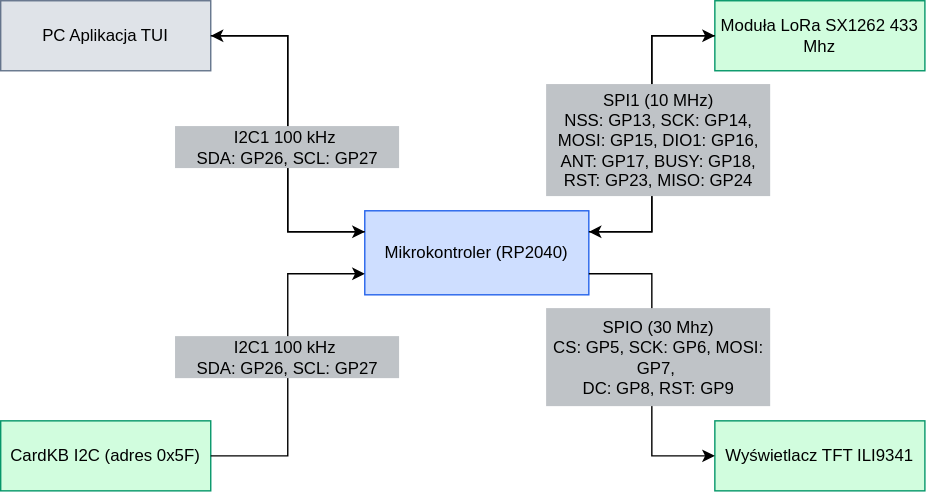
Nikutsuki/LoRa keeps this draw.io diagram as paper/images/diagram6.svg. Above is the earlier version. Source tidied: cells renumbered, new cells last; positions are measured from the earlier drawing's top-left corner, leaving out a move shared by most shapes. Source of this version:
```xml
<mxGraphModel>
  <root>
    <mxCell id="0" />
    <mxCell id="1" parent="0" />
    <mxCell id="2" value="PC Aplikacja TUI" style="rounded=0;whiteSpace=wrap;html=1;fillStyle=solid;fillColor=#DFE3E8;shadow=0;glass=0;multiple=0;strokeColor=#64748B;" parent="1" vertex="1">
      <mxGeometry width="150" height="50" as="geometry" />
    </mxCell>
    <mxCell id="3" value="CardKB I2C (adres 0x5F)" style="rounded=0;whiteSpace=wrap;html=1;fillColor=#D1FDDE;strokeColor=#059669;glass=0;shadow=0;" parent="1" vertex="1">
      <mxGeometry y="300" width="150" height="50" as="geometry" />
    </mxCell>
    <mxCell id="4" value="Mikrokontroler (RP2040)" style="rounded=0;whiteSpace=wrap;html=1;fillColor=#CEDEFF;strokeColor=#2563EB;" parent="1" vertex="1">
      <mxGeometry x="260" y="150" width="160" height="60" as="geometry" />
    </mxCell>
    <mxCell id="5" style="endArrow=classic;html=1;defaultLabelBackgroundColor=page;labelPadding=0 4;edgeStyle=orthogonalEdgeStyle;rounded=0;curved=0;exitX=1;exitY=0.5;exitDx=0;exitDy=0;entryX=0;entryY=0.25;entryDx=0;entryDy=0;" parent="1" edge="1" source="2" target="4">
      <mxGeometry x="0.8" relative="1" as="geometry" />
    </mxCell>
    <mxCell id="6" style="endArrow=classic;html=1;defaultLabelBackgroundColor=page;labelPadding=0 4;edgeStyle=orthogonalEdgeStyle;rounded=0;curved=0;exitX=1;exitY=0.5;exitDx=0;exitDy=0;entryX=0;entryY=0.75;entryDx=0;entryDy=0;" parent="1" edge="1" source="3" target="4">
      <mxGeometry x="0.95" relative="1" as="geometry" />
    </mxCell>
    <mxCell id="7" value="&lt;div&gt;I2C1 100 kHz&amp;nbsp;&lt;/div&gt;&lt;div&gt;SDA: GP26, SCL: GP27&lt;/div&gt;" style="text;html=1;whiteSpace=wrap;strokeColor=none;fillColor=#BFC3C7;align=center;verticalAlign=middle;rounded=0;" parent="1" vertex="1">
      <mxGeometry x="125" y="240" width="160" height="30" as="geometry" />
    </mxCell>
    <mxCell id="8" value="Wyświetlacz TFT ILI9341" style="rounded=0;whiteSpace=wrap;html=1;fillColor=#D1FDDE;strokeColor=#059669;glass=0;shadow=0;" parent="1" vertex="1">
      <mxGeometry x="510" y="300" width="150" height="50" as="geometry" />
    </mxCell>
    <mxCell id="9" value="Moduła LoRa SX1262 433 Mhz" style="rounded=0;whiteSpace=wrap;html=1;fillColor=#D1FDDE;strokeColor=#059669;glass=0;shadow=0;" parent="1" vertex="1">
      <mxGeometry x="510" width="150" height="50" as="geometry" />
    </mxCell>
    <mxCell id="10" style="endArrow=classic;html=1;defaultLabelBackgroundColor=page;labelPadding=0 4;edgeStyle=orthogonalEdgeStyle;rounded=0;curved=0;entryX=0;entryY=0.5;entryDx=0;entryDy=0;exitX=1;exitY=0.75;exitDx=0;exitDy=0;" parent="1" edge="1" source="4" target="8">
      <mxGeometry x="0.96" relative="1" as="geometry" />
    </mxCell>
    <mxCell id="11" style="endArrow=classic;html=1;defaultLabelBackgroundColor=page;labelPadding=0 4;edgeStyle=orthogonalEdgeStyle;rounded=0;curved=0;entryX=0;entryY=0.5;entryDx=0;entryDy=0;exitX=1;exitY=0.25;exitDx=0;exitDy=0;" parent="1" edge="1" source="4" target="9">
      <mxGeometry x="0.97" relative="1" as="geometry" />
    </mxCell>
    <mxCell id="12" style="endArrow=classic;html=1;defaultLabelBackgroundColor=page;labelPadding=0 4;edgeStyle=orthogonalEdgeStyle;rounded=0;curved=0;entryX=1;entryY=0.25;entryDx=0;entryDy=0;exitX=0;exitY=0.5;exitDx=0;exitDy=0;" parent="1" edge="1" source="9" target="4">
      <mxGeometry x="0.97" relative="1" as="geometry" />
    </mxCell>
    <mxCell id="13" style="endArrow=classic;html=1;defaultLabelBackgroundColor=page;labelPadding=0 4;edgeStyle=orthogonalEdgeStyle;rounded=0;curved=0;exitX=0;exitY=0.25;exitDx=0;exitDy=0;entryX=1;entryY=0.5;entryDx=0;entryDy=0;" parent="1" edge="1" source="4" target="2">
      <mxGeometry x="0.8" relative="1" as="geometry" />
    </mxCell>
    <mxCell id="14" value="&lt;div&gt;I2C1 100 kHz&amp;nbsp;&lt;/div&gt;&lt;div&gt;SDA: GP26, SCL: GP27&lt;/div&gt;" style="text;html=1;whiteSpace=wrap;strokeColor=none;fillColor=#BFC3C7;align=center;verticalAlign=middle;rounded=0;" parent="1" vertex="1">
      <mxGeometry x="125" y="90" width="160" height="30" as="geometry" />
    </mxCell>
    <mxCell id="15" value="&lt;div&gt;SPIO (30 Mhz)&lt;/div&gt;&lt;div&gt;CS: GP5, SCK: GP6, MOSI: GP7,&amp;nbsp;&lt;/div&gt;&lt;div&gt;DC: GP8, RST: GP9&lt;/div&gt;" style="text;html=1;whiteSpace=wrap;strokeColor=none;fillColor=#BFC3C7;align=center;verticalAlign=middle;rounded=0;" parent="1" vertex="1">
      <mxGeometry x="390" y="220" width="160" height="70" as="geometry" />
    </mxCell>
    <mxCell id="16" value="&lt;div&gt;SPI1 (10 MHz)&lt;/div&gt;&lt;div&gt;NSS: GP13, SCK: GP14, MOSI: GP15, DIO1: GP16, ANT: GP17, BUSY: GP18, RST: GP23, MISO: GP24&lt;/div&gt;" style="text;html=1;whiteSpace=wrap;strokeColor=none;fillColor=#BFC3C7;align=center;verticalAlign=middle;rounded=0;" parent="1" vertex="1">
      <mxGeometry x="390" y="60" width="160" height="80" as="geometry" />
    </mxCell>
  </root>
</mxGraphModel>
```
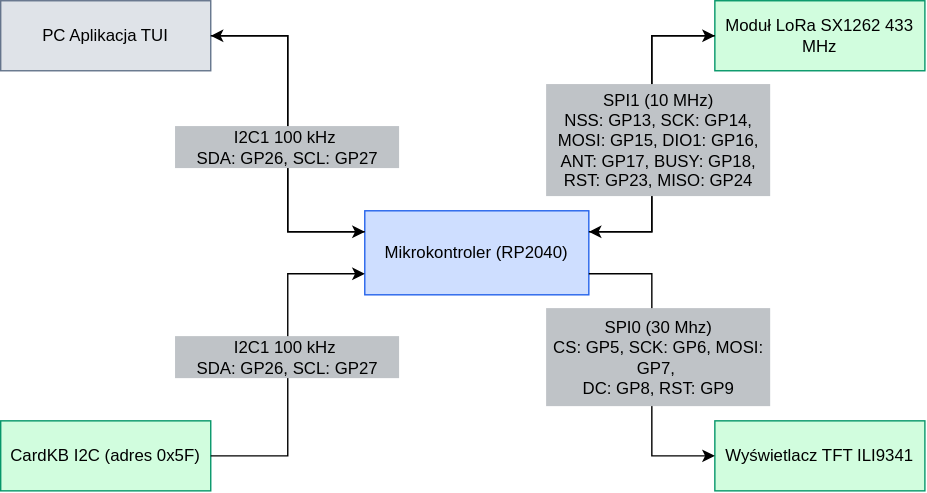
After the change.

Diff of the diagram source:
```diff
@@ -23,7 +23,7 @@
     <mxCell id="8" value="Wyświetlacz TFT ILI9341" style="rounded=0;whiteSpace=wrap;html=1;fillColor=#D1FDDE;strokeColor=#059669;glass=0;shadow=0;" parent="1" vertex="1">
       <mxGeometry x="510" y="300" width="150" height="50" as="geometry" />
     </mxCell>
-    <mxCell id="9" value="Moduła LoRa SX1262 433 Mhz" style="rounded=0;whiteSpace=wrap;html=1;fillColor=#D1FDDE;strokeColor=#059669;glass=0;shadow=0;" parent="1" vertex="1">
+    <mxCell id="9" value="Moduł LoRa SX1262 433 MHz" style="rounded=0;whiteSpace=wrap;html=1;fillColor=#D1FDDE;strokeColor=#059669;glass=0;shadow=0;" parent="1" vertex="1">
       <mxGeometry x="510" width="150" height="50" as="geometry" />
     </mxCell>
     <mxCell id="10" style="endArrow=classic;html=1;defaultLabelBackgroundColor=page;labelPadding=0 4;edgeStyle=orthogonalEdgeStyle;rounded=0;curved=0;entryX=0;entryY=0.5;entryDx=0;entryDy=0;exitX=1;exitY=0.75;exitDx=0;exitDy=0;" parent="1" edge="1" source="4" target="8">
@@ -41,7 +41,7 @@
     <mxCell id="14" value="&lt;div&gt;I2C1 100 kHz&amp;nbsp;&lt;/div&gt;&lt;div&gt;SDA: GP26, SCL: GP27&lt;/div&gt;" style="text;html=1;whiteSpace=wrap;strokeColor=none;fillColor=#BFC3C7;align=center;verticalAlign=middle;rounded=0;" parent="1" vertex="1">
       <mxGeometry x="125" y="90" width="160" height="30" as="geometry" />
     </mxCell>
-    <mxCell id="15" value="&lt;div&gt;SPIO (30 Mhz)&lt;/div&gt;&lt;div&gt;CS: GP5, SCK: GP6, MOSI: GP7,&amp;nbsp;&lt;/div&gt;&lt;div&gt;DC: GP8, RST: GP9&lt;/div&gt;" style="text;html=1;whiteSpace=wrap;strokeColor=none;fillColor=#BFC3C7;align=center;verticalAlign=middle;rounded=0;" parent="1" vertex="1">
+    <mxCell id="15" value="&lt;div&gt;SPI0 (30 Mhz)&lt;/div&gt;&lt;div&gt;CS: GP5, SCK: GP6, MOSI: GP7,&amp;nbsp;&lt;/div&gt;&lt;div&gt;DC: GP8, RST: GP9&lt;/div&gt;" style="text;html=1;whiteSpace=wrap;strokeColor=none;fillColor=#BFC3C7;align=center;verticalAlign=middle;rounded=0;" parent="1" vertex="1">
       <mxGeometry x="390" y="220" width="160" height="70" as="geometry" />
     </mxCell>
     <mxCell id="16" value="&lt;div&gt;SPI1 (10 MHz)&lt;/div&gt;&lt;div&gt;NSS: GP13, SCK: GP14, MOSI: GP15, DIO1: GP16, ANT: GP17, BUSY: GP18, RST: GP23, MISO: GP24&lt;/div&gt;" style="text;html=1;whiteSpace=wrap;strokeColor=none;fillColor=#BFC3C7;align=center;verticalAlign=middle;rounded=0;" parent="1" vertex="1">
```
